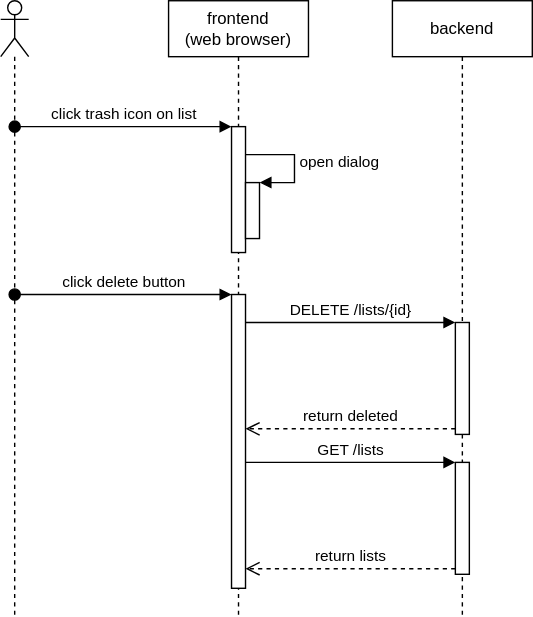
Earlier version of the draw.io export design/architecture/list_remove.drawio.svg (nihiyama/todo-app-demo). Source tidied: cells renumbered, new cells last; positions are measured from the earlier drawing's top-left corner, leaving out a move shared by most shapes.
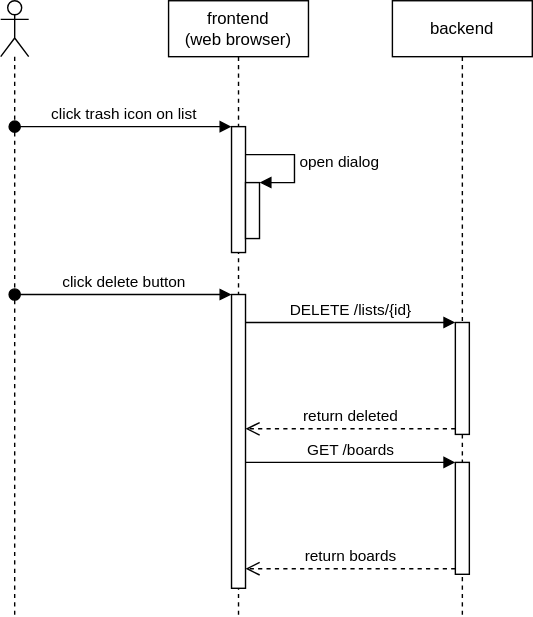
Later version of the same file.

Diff of the diagram source:
```diff
@@ -56,12 +56,12 @@
     <mxCell id="14" style="html=1;points=[];perimeter=orthogonalPerimeter;" parent="1" vertex="1">
       <mxGeometry x="325" y="330" width="10" height="80" as="geometry" />
     </mxCell>
-    <mxCell id="15" value="GET /lists" style="html=1;verticalAlign=bottom;endArrow=block;entryX=0;entryY=0;" parent="1" edge="1" target="14">
+    <mxCell id="15" value="GET /boards" style="html=1;verticalAlign=bottom;endArrow=block;entryX=0;entryY=0;" parent="1" edge="1" target="14">
       <mxGeometry relative="1" as="geometry">
         <mxPoint x="175" y="330" as="sourcePoint" />
       </mxGeometry>
     </mxCell>
-    <mxCell id="16" value="return lists" style="html=1;verticalAlign=bottom;endArrow=open;dashed=1;endSize=8;" parent="1" edge="1" source="14">
+    <mxCell id="16" value="return boards" style="html=1;verticalAlign=bottom;endArrow=open;dashed=1;endSize=8;" parent="1" edge="1" source="14">
       <mxGeometry relative="1" as="geometry">
         <mxPoint x="175" y="406" as="targetPoint" />
       </mxGeometry>
```
